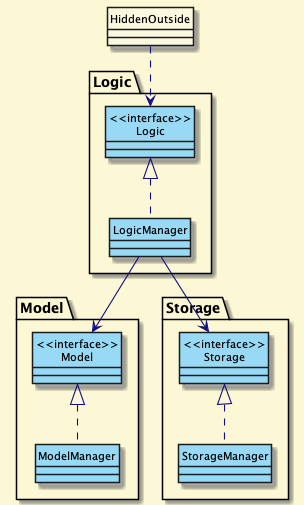
This is docs/umlDiagrams/img/ComponentManagers.png from yusufaine/tp, a PlantUML export, as it was before one commit.
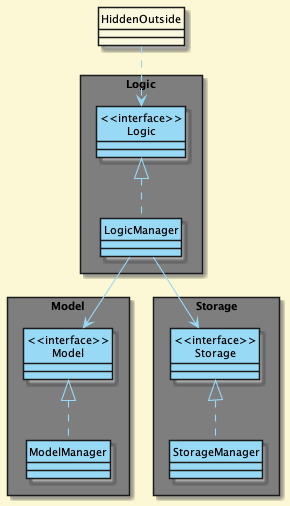
The same file after the commit.

Commit message:
docs: update model class diagram

The edit, as a diff of the source:
```diff
@@ -4,21 +4,21 @@
 !include style.puml
 
 skinparam arrowThickness 1.1
-skinparam arrowColor LOGIC_COLOR_T4
+skinparam arrowColor LOGIC_COLOR
 skinparam classBackgroundColor LOGIC_COLOR
 skinparam classFontColor Black
 
-package Logic {
+package Logic <<Rectangle>> {
 Class "<<interface>>\nLogic" as Logic
 Class LogicManager
 }
 
-package Model{
+package Model <<Rectangle>> {
 Class "<<interface>>\nModel" as Model
 Class ModelManager
 }
 
-package Storage{
+package Storage <<Rectangle>> {
 Class "<<interface>>\nStorage" as Storage
 Class StorageManager
 }
```
